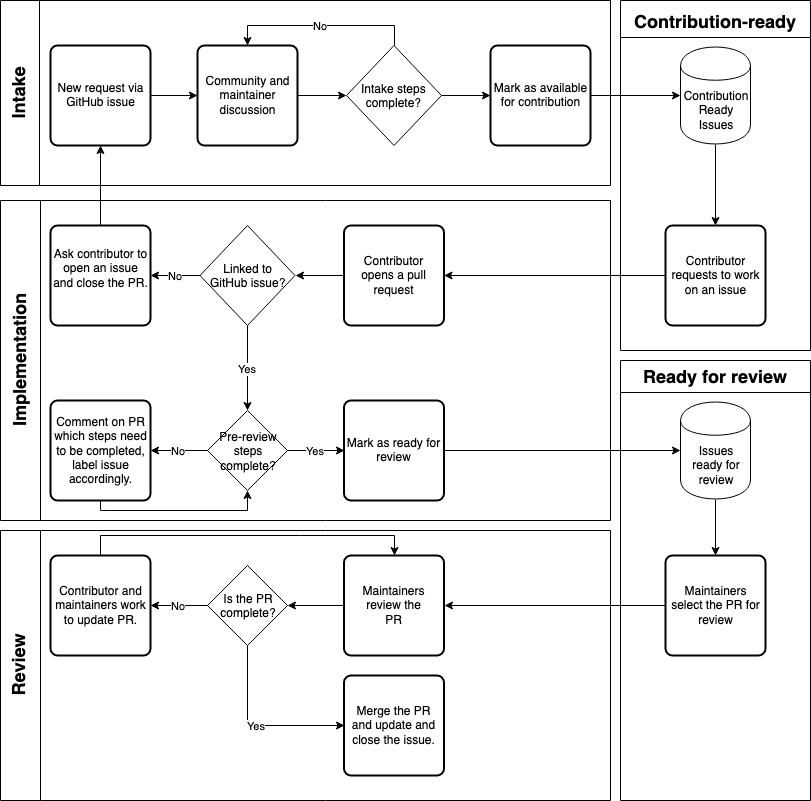
This is proposals/contrib-guide-high-level.png from kdaily/aws-cli, a draw.io export, as it was before one commit. Source tidied: cells renumbered, new cells last; positions are measured from the earlier drawing's top-left corner, leaving out a move shared by most shapes. Its diagram source:
```xml
<mxGraphModel>
  <root>
    <mxCell id="0" />
    <mxCell id="1" parent="0" />
    <mxCell id="2" style="edgeStyle=orthogonalEdgeStyle;rounded=0;orthogonalLoop=1;jettySize=auto;html=1;exitX=0.5;exitY=0;exitDx=0;exitDy=0;entryX=0.5;entryY=0;entryDx=0;entryDy=0;entryPerimeter=0;" parent="1" edge="1">
      <mxGeometry relative="1" as="geometry">
        <mxPoint x="715" y="710" as="sourcePoint" />
      </mxGeometry>
    </mxCell>
    <mxCell id="3" style="swimlane;startSize=39;direction=north;" parent="1" vertex="1">
      <mxGeometry x="25" width="610" height="185" as="geometry" />
    </mxCell>
    <mxCell id="4" value="&lt;div&gt;Intake steps&lt;/div&gt;&lt;div&gt;complete?&lt;/div&gt;" style="shape=rhombus;html=1;dashed=0;whitespace=wrap;perimeter=rhombusPerimeter;" parent="3" vertex="1">
      <mxGeometry x="346" y="45" width="95" height="100" as="geometry" />
    </mxCell>
    <mxCell id="5" value="Community and maintainer discussion" style="rounded=1;whiteSpace=wrap;html=1;absoluteArcSize=1;arcSize=14;strokeWidth=2;" parent="3" vertex="1">
      <mxGeometry x="197" y="45" width="100" height="100" as="geometry" />
    </mxCell>
    <mxCell id="6" value="No" style="edgeStyle=orthogonalEdgeStyle;rounded=0;jettySize=auto;html=1;entryX=0.5;entryY=0;entryDx=0;entryDy=0;exitX=0.5;exitY=0;exitDx=0;exitDy=0;" parent="3" edge="1" source="4" target="5">
      <mxGeometry relative="1" as="geometry" />
    </mxCell>
    <mxCell id="7" style="edgeStyle=orthogonalEdgeStyle;rounded=0;jettySize=auto;html=1;entryX=0;entryY=0.5;entryDx=0;entryDy=0;" parent="3" edge="1" source="5" target="4">
      <mxGeometry relative="1" as="geometry" />
    </mxCell>
    <mxCell id="8" style="swimlane;startSize=40;direction=north;" parent="1" vertex="1">
      <mxGeometry x="25" y="200" width="610" height="320" as="geometry" />
    </mxCell>
    <mxCell id="9" value="&lt;font style=&quot;font-size: 18px&quot;&gt;&lt;b&gt;Implementation&lt;/b&gt;&lt;/font&gt;" style="text;html=1;strokeColor=none;fillColor=none;align=center;verticalAlign=middle;whiteSpace=wrap;rounded=0;rotation=-90;" parent="8" vertex="1">
      <mxGeometry y="150" width="40" height="20" as="geometry" />
    </mxCell>
    <mxCell id="10" value="&lt;div&gt;Linked to&lt;/div&gt;&lt;div&gt;GitHub issue?&lt;/div&gt;" style="shape=rhombus;html=1;dashed=0;whitespace=wrap;perimeter=rhombusPerimeter;" parent="8" vertex="1">
      <mxGeometry x="199.5" y="25" width="95" height="100" as="geometry" />
    </mxCell>
    <mxCell id="11" value="Contributor opens a pull request" style="rounded=1;whiteSpace=wrap;html=1;absoluteArcSize=1;arcSize=14;strokeWidth=2;" parent="8" vertex="1">
      <mxGeometry x="343.5" y="25" width="100" height="100" as="geometry" />
    </mxCell>
    <mxCell id="12" style="edgeStyle=orthogonalEdgeStyle;rounded=0;jettySize=auto;html=1;entryX=1;entryY=0.5;entryDx=0;entryDy=0;" parent="8" edge="1" source="11" target="10">
      <mxGeometry relative="1" as="geometry" />
    </mxCell>
    <mxCell id="13" style="swimlane;startSize=40;direction=north;" parent="1" vertex="1">
      <mxGeometry x="25" y="530" width="610" height="270" as="geometry" />
    </mxCell>
    <mxCell id="14" value="&lt;font style=&quot;font-size: 18px&quot;&gt;&lt;b&gt;Review&lt;/b&gt;&lt;/font&gt;" style="text;html=1;strokeColor=none;fillColor=none;align=center;verticalAlign=middle;whiteSpace=wrap;rounded=0;rotation=-90;" parent="13" vertex="1">
      <mxGeometry y="125" width="40" height="20" as="geometry" />
    </mxCell>
    <mxCell id="15" style="edgeStyle=orthogonalEdgeStyle;rounded=0;jettySize=auto;html=1;entryX=1;entryY=0.5;entryDx=0;entryDy=0;" parent="13" edge="1" source="16" target="22">
      <mxGeometry relative="1" as="geometry" />
    </mxCell>
    <mxCell id="16" value="&lt;div&gt;Maintainers review the&lt;/div&gt;&lt;div&gt;PR&lt;br&gt;&lt;/div&gt;" style="rounded=1;whiteSpace=wrap;html=1;absoluteArcSize=1;arcSize=14;strokeWidth=2;" parent="13" vertex="1">
      <mxGeometry x="343.5" y="25" width="100" height="100" as="geometry" />
    </mxCell>
    <mxCell id="17" value="Yes" style="edgeStyle=orthogonalEdgeStyle;rounded=0;jettySize=auto;html=1;entryX=0;entryY=0.5;entryDx=0;entryDy=0;exitX=0.5;exitY=1;exitDx=0;exitDy=0;" parent="13" edge="1" source="22" target="20">
      <mxGeometry relative="1" as="geometry" />
    </mxCell>
    <mxCell id="18" style="edgeStyle=orthogonalEdgeStyle;rounded=0;jettySize=auto;html=1;entryX=0.5;entryY=0;entryDx=0;entryDy=0;exitX=0.5;exitY=0;exitDx=0;exitDy=0;" parent="13" edge="1" source="19" target="16">
      <mxGeometry relative="1" as="geometry">
        <Array as="points">
          <mxPoint x="300" y="5" />
          <mxPoint x="660" y="5" />
        </Array>
      </mxGeometry>
    </mxCell>
    <mxCell id="19" value="Contributor and maintainers work to update PR." style="rounded=1;whiteSpace=wrap;html=1;absoluteArcSize=1;arcSize=14;strokeWidth=2;" parent="13" vertex="1">
      <mxGeometry x="50" y="25" width="100" height="100" as="geometry" />
    </mxCell>
    <mxCell id="20" value="Merge the PR and update and close the issue." style="rounded=1;whiteSpace=wrap;html=1;absoluteArcSize=1;arcSize=14;strokeWidth=2;" parent="13" vertex="1">
      <mxGeometry x="343.5" y="145" width="100" height="100" as="geometry" />
    </mxCell>
    <mxCell id="21" value="No" style="edgeStyle=orthogonalEdgeStyle;rounded=0;jettySize=auto;html=1;" parent="13" edge="1" source="22" target="19">
      <mxGeometry relative="1" as="geometry" />
    </mxCell>
    <mxCell id="22" value="Is the PR complete?" style="rhombus;whiteSpace=wrap;html=1;" parent="13" vertex="1">
      <mxGeometry x="207" y="35" width="80" height="80" as="geometry" />
    </mxCell>
    <mxCell id="23" style="edgeStyle=orthogonalEdgeStyle;rounded=0;jettySize=auto;html=1;exitX=0.5;exitY=0;exitDx=0;exitDy=0;entryX=0.5;entryY=1;entryDx=0;entryDy=0;" parent="1" edge="1" source="25" target="29">
      <mxGeometry relative="1" as="geometry" />
    </mxCell>
    <mxCell id="24" value="&lt;div&gt;Yes&lt;/div&gt;" style="edgeStyle=orthogonalEdgeStyle;rounded=0;jettySize=auto;html=1;exitX=0.5;exitY=1;exitDx=0;exitDy=0;" parent="1" edge="1" source="10" target="49">
      <mxGeometry relative="1" as="geometry" />
    </mxCell>
    <mxCell id="25" value="Ask contributor to open an issue and close the PR. " style="rounded=1;whiteSpace=wrap;html=1;absoluteArcSize=1;arcSize=14;strokeWidth=2;" parent="1" vertex="1">
      <mxGeometry x="75" y="225" width="100" height="100" as="geometry" />
    </mxCell>
    <mxCell id="26" value="No" style="edgeStyle=orthogonalEdgeStyle;rounded=0;jettySize=auto;html=1;exitX=0;exitY=0.5;exitDx=0;exitDy=0;entryX=1;entryY=0.5;entryDx=0;entryDy=0;" parent="1" edge="1" source="10" target="25">
      <mxGeometry relative="1" as="geometry" />
    </mxCell>
    <mxCell id="27" style="edgeStyle=orthogonalEdgeStyle;rounded=0;jettySize=auto;html=1;entryX=0.5;entryY=0;entryDx=0;entryDy=0;exitX=0.5;exitY=1;exitDx=0;exitDy=0;" parent="1" edge="1" source="34" target="35">
      <mxGeometry relative="1" as="geometry" />
    </mxCell>
    <mxCell id="28" value="&lt;font style=&quot;font-size: 18px&quot;&gt;&lt;b&gt;Intake&lt;/b&gt;&lt;/font&gt;" style="text;html=1;strokeColor=none;fillColor=none;align=center;verticalAlign=middle;whiteSpace=wrap;rounded=0;rotation=-90;" parent="1" vertex="1">
      <mxGeometry y="82.5" width="90" height="20" as="geometry" />
    </mxCell>
    <mxCell id="29" value="&lt;div&gt;New request via&lt;/div&gt;&lt;div&gt; GitHub issue&lt;/div&gt;" style="rounded=1;whiteSpace=wrap;html=1;absoluteArcSize=1;arcSize=14;strokeWidth=2;" parent="1" vertex="1">
      <mxGeometry x="75" y="45" width="100" height="100" as="geometry" />
    </mxCell>
    <mxCell id="30" style="edgeStyle=orthogonalEdgeStyle;rounded=0;jettySize=auto;html=1;exitX=1;exitY=0.5;exitDx=0;exitDy=0;entryX=0;entryY=0.5;entryDx=0;entryDy=0;" parent="1" edge="1" source="29" target="5">
      <mxGeometry relative="1" as="geometry" />
    </mxCell>
    <mxCell id="31" style="edgeStyle=orthogonalEdgeStyle;rounded=0;jettySize=auto;html=1;entryX=0;entryY=0.5;entryDx=0;entryDy=0;exitX=1;exitY=0.5;exitDx=0;exitDy=0;" parent="1" edge="1" source="4" target="32">
      <mxGeometry relative="1" as="geometry" />
    </mxCell>
    <mxCell id="32" value="Mark as available for contribution" style="rounded=1;whiteSpace=wrap;html=1;absoluteArcSize=1;arcSize=14;strokeWidth=2;" parent="1" vertex="1">
      <mxGeometry x="515" y="45" width="100" height="100" as="geometry" />
    </mxCell>
    <mxCell id="33" style="edgeStyle=orthogonalEdgeStyle;rounded=0;jettySize=auto;html=1;entryX=0;entryY=0.5;entryDx=0;entryDy=0;" parent="1" edge="1" source="32" target="34">
      <mxGeometry relative="1" as="geometry" />
    </mxCell>
    <mxCell id="34" value="Contribution Ready Issues" style="shape=cylinder;whiteSpace=wrap;html=1;boundedLbl=1;backgroundOutline=1;" parent="1" vertex="1">
      <mxGeometry x="705" y="46.5" width="70" height="97" as="geometry" />
    </mxCell>
    <mxCell id="35" value="Contributor requests to work on an issue" style="rounded=1;whiteSpace=wrap;html=1;absoluteArcSize=1;arcSize=14;strokeWidth=2;" parent="1" vertex="1">
      <mxGeometry x="690" y="225" width="100" height="100" as="geometry" />
    </mxCell>
    <mxCell id="36" style="edgeStyle=orthogonalEdgeStyle;rounded=0;jettySize=auto;html=1;" parent="1" edge="1" source="35" target="11">
      <mxGeometry relative="1" as="geometry" />
    </mxCell>
    <mxCell id="37" style="swimlane;startSize=37;" parent="1" vertex="1">
      <mxGeometry x="645" width="190" height="350" as="geometry" />
    </mxCell>
    <mxCell id="38" value="&lt;font style=&quot;font-size: 18px&quot;&gt;Contribution-ready&lt;/font&gt;" style="text;strokeColor=none;fillColor=none;html=1;fontSize=24;fontStyle=1;verticalAlign=middle;align=center;" parent="37" vertex="1">
      <mxGeometry x="45" width="100" height="40" as="geometry" />
    </mxCell>
    <mxCell id="39" style="edgeStyle=orthogonalEdgeStyle;rounded=0;jettySize=auto;html=1;entryX=0;entryY=0.5;entryDx=0;entryDy=0;" parent="1" edge="1" source="50" target="43">
      <mxGeometry relative="1" as="geometry" />
    </mxCell>
    <mxCell id="40" style="swimlane;startSize=32;" parent="1" vertex="1">
      <mxGeometry x="645" y="360" width="190" height="440" as="geometry" />
    </mxCell>
    <mxCell id="41" value="&lt;font style=&quot;font-size: 18px&quot;&gt;Ready for review&lt;br&gt;&lt;/font&gt;" style="text;strokeColor=none;fillColor=none;html=1;fontSize=24;fontStyle=1;verticalAlign=middle;align=center;" parent="40" vertex="1">
      <mxGeometry x="45" y="-5" width="100" height="40" as="geometry" />
    </mxCell>
    <mxCell id="42" value="&lt;div&gt;Maintainers select the PR for review&lt;/div&gt;" style="rounded=1;whiteSpace=wrap;html=1;absoluteArcSize=1;arcSize=14;strokeWidth=2;" parent="40" vertex="1">
      <mxGeometry x="45" y="195" width="100" height="100" as="geometry" />
    </mxCell>
    <mxCell id="43" value="Issues ready for review" style="shape=cylinder;whiteSpace=wrap;html=1;boundedLbl=1;backgroundOutline=1;" parent="40" vertex="1">
      <mxGeometry x="60" y="41.5" width="70" height="97" as="geometry" />
    </mxCell>
    <mxCell id="44" style="edgeStyle=orthogonalEdgeStyle;rounded=0;jettySize=auto;html=1;entryX=0.5;entryY=0;entryDx=0;entryDy=0;exitX=0.5;exitY=1;exitDx=0;exitDy=0;" parent="40" edge="1" source="43" target="42">
      <mxGeometry relative="1" as="geometry" />
    </mxCell>
    <mxCell id="45" style="edgeStyle=orthogonalEdgeStyle;rounded=0;jettySize=auto;html=1;entryX=1;entryY=0.5;entryDx=0;entryDy=0;" parent="1" edge="1" source="42" target="16">
      <mxGeometry relative="1" as="geometry" />
    </mxCell>
    <mxCell id="46" style="edgeStyle=orthogonalEdgeStyle;rounded=0;jettySize=auto;html=1;entryX=0.5;entryY=1;entryDx=0;entryDy=0;exitX=0.5;exitY=1;exitDx=0;exitDy=0;" parent="1" edge="1" source="47" target="49">
      <mxGeometry relative="1" as="geometry">
        <Array as="points">
          <mxPoint x="135" y="510" />
          <mxPoint x="262" y="510" />
        </Array>
      </mxGeometry>
    </mxCell>
    <mxCell id="47" value="Comment on PR which steps need to be completed, label issue accordingly." style="rounded=1;whiteSpace=wrap;html=1;absoluteArcSize=1;arcSize=14;strokeWidth=2;" parent="1" vertex="1">
      <mxGeometry x="75" y="400" width="100" height="100" as="geometry" />
    </mxCell>
    <mxCell id="48" value="No" style="edgeStyle=orthogonalEdgeStyle;rounded=0;jettySize=auto;html=1;entryX=1;entryY=0.5;entryDx=0;entryDy=0;exitX=0;exitY=0.5;exitDx=0;exitDy=0;" parent="1" edge="1" source="49" target="47">
      <mxGeometry relative="1" as="geometry" />
    </mxCell>
    <mxCell id="49" value="Pre-review steps complete?" style="rhombus;whiteSpace=wrap;html=1;" parent="1" vertex="1">
      <mxGeometry x="232" y="410" width="80" height="80" as="geometry" />
    </mxCell>
    <mxCell id="50" value="Mark as ready for review" style="rounded=1;whiteSpace=wrap;html=1;absoluteArcSize=1;arcSize=14;strokeWidth=2;" parent="1" vertex="1">
      <mxGeometry x="368.5" y="400" width="100" height="100" as="geometry" />
    </mxCell>
    <mxCell id="51" value="Yes" style="edgeStyle=orthogonalEdgeStyle;rounded=0;jettySize=auto;html=1;entryX=0;entryY=0.5;entryDx=0;entryDy=0;" parent="1" edge="1" source="49" target="50">
      <mxGeometry relative="1" as="geometry" />
    </mxCell>
  </root>
</mxGraphModel>
```
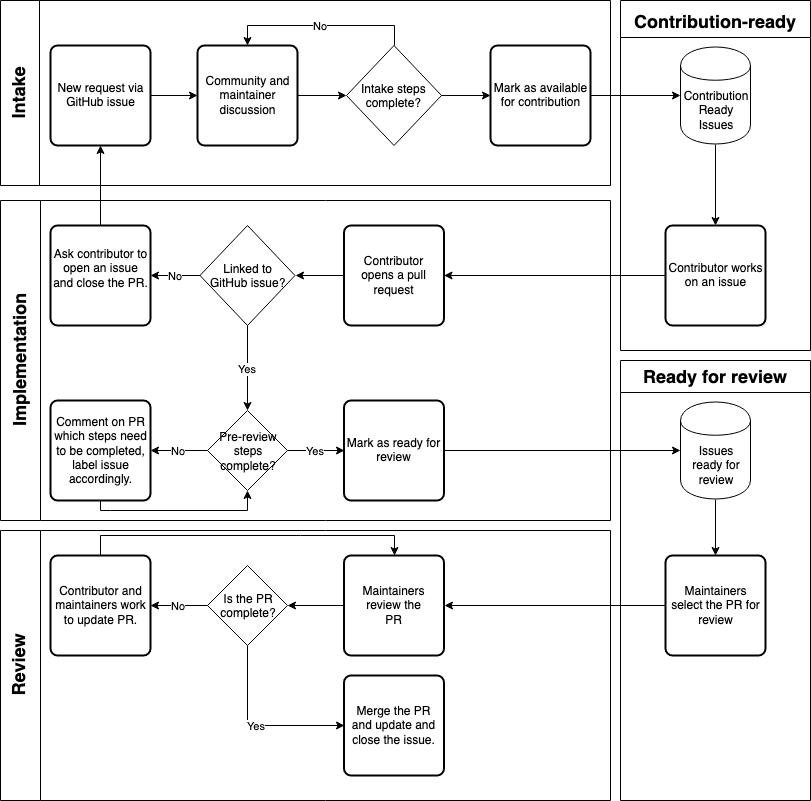
The same diagram one commit later.

Change to the diagram source:
```diff
@@ -108,7 +108,7 @@
     <mxCell id="34" value="Contribution Ready Issues" style="shape=cylinder;whiteSpace=wrap;html=1;boundedLbl=1;backgroundOutline=1;" parent="1" vertex="1">
       <mxGeometry x="705" y="46.5" width="70" height="97" as="geometry" />
     </mxCell>
-    <mxCell id="35" value="Contributor requests to work on an issue" style="rounded=1;whiteSpace=wrap;html=1;absoluteArcSize=1;arcSize=14;strokeWidth=2;" parent="1" vertex="1">
+    <mxCell id="35" value="Contributor works on an issue" style="rounded=1;whiteSpace=wrap;html=1;absoluteArcSize=1;arcSize=14;strokeWidth=2;" parent="1" vertex="1">
       <mxGeometry x="690" y="225" width="100" height="100" as="geometry" />
     </mxCell>
     <mxCell id="36" style="edgeStyle=orthogonalEdgeStyle;rounded=0;jettySize=auto;html=1;" parent="1" edge="1" source="35" target="11">
```
